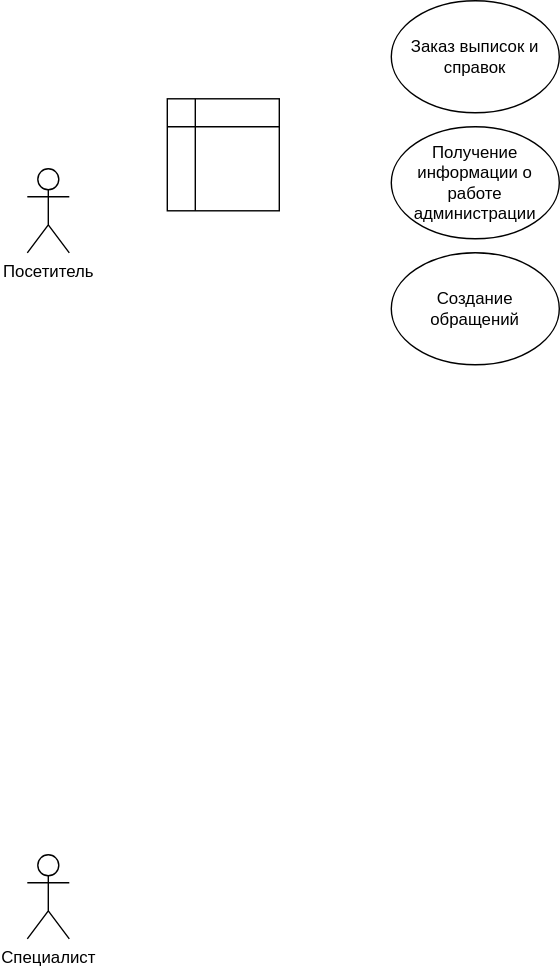
The draw.io diagram Диаграмма вариантов испольования.drawio.svg in Avokada/ais_mtuci, before a commit. Source tidied: cells renumbered, new cells last; positions are measured from the earlier drawing's top-left corner, leaving out a move shared by most shapes.
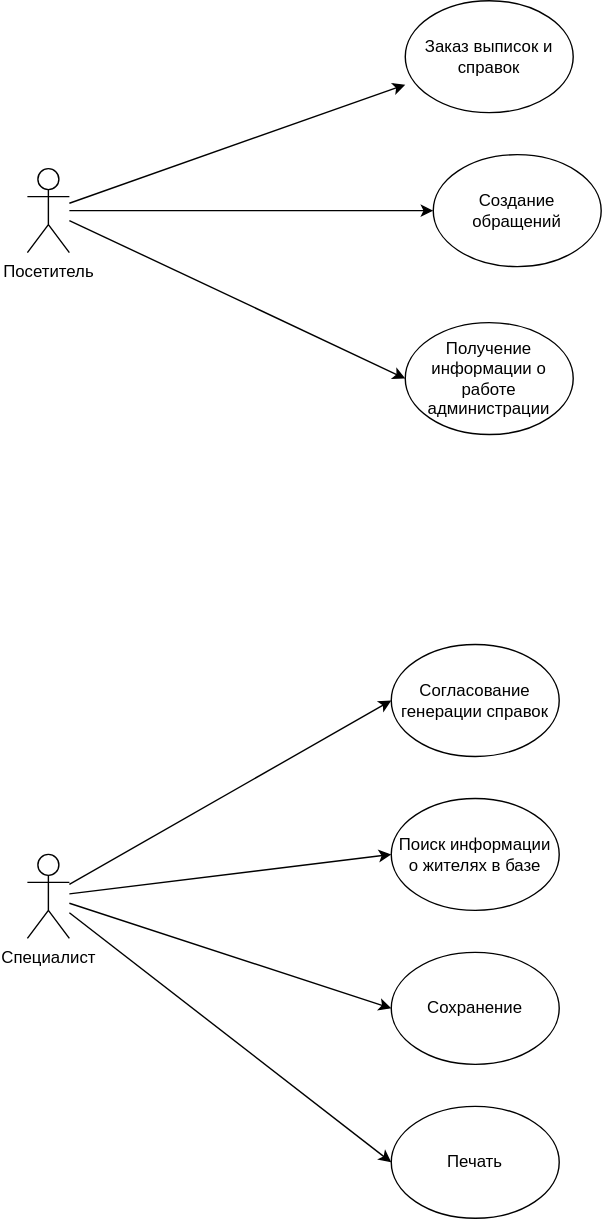
After the commit.

Commit message:
Финальный вариант диаграммы использования

Diff of the diagram source:
```diff
@@ -2,23 +2,56 @@
   <root>
     <mxCell id="0" />
     <mxCell id="1" parent="0" />
+    <mxCell id="8" style="edgeStyle=none;rounded=0;jettySize=auto;html=1;entryX=0;entryY=0.5;entryDx=0;entryDy=0;" parent="1" edge="1" source="2" target="16">
+      <mxGeometry relative="1" as="geometry" />
+    </mxCell>
+    <mxCell id="9" style="edgeStyle=none;rounded=0;jettySize=auto;html=1;entryX=0;entryY=0.5;entryDx=0;entryDy=0;" parent="1" edge="1" source="2" target="17">
+      <mxGeometry relative="1" as="geometry" />
+    </mxCell>
+    <mxCell id="10" style="edgeStyle=none;rounded=0;jettySize=auto;html=1;entryX=0;entryY=0.5;entryDx=0;entryDy=0;" parent="1" edge="1" source="2" target="18">
+      <mxGeometry relative="1" as="geometry" />
+    </mxCell>
+    <mxCell id="11" style="edgeStyle=none;rounded=0;jettySize=auto;html=1;entryX=0;entryY=0.5;entryDx=0;entryDy=0;" parent="1" edge="1" source="2" target="19">
+      <mxGeometry relative="1" as="geometry" />
+    </mxCell>
     <mxCell id="2" value="Специалист" style="shape=umlActor;verticalLabelPosition=bottom;verticalAlign=top;html=1;outlineConnect=0;" parent="1" vertex="1">
       <mxGeometry y="610" width="30" height="60" as="geometry" />
     </mxCell>
+    <mxCell id="12" style="edgeStyle=none;rounded=0;jettySize=auto;html=1;entryX=0;entryY=0.75;entryDx=0;entryDy=0;entryPerimeter=0;" parent="1" edge="1" source="3" target="4">
+      <mxGeometry relative="1" as="geometry" />
+    </mxCell>
+    <mxCell id="13" style="edgeStyle=none;rounded=0;jettySize=auto;html=1;entryX=0;entryY=0.5;entryDx=0;entryDy=0;" parent="1" edge="1" source="3" target="6">
+      <mxGeometry relative="1" as="geometry" />
+    </mxCell>
+    <mxCell id="14" style="edgeStyle=none;rounded=0;jettySize=auto;html=1;entryX=0;entryY=0.5;entryDx=0;entryDy=0;" parent="1" edge="1" source="3" target="5">
+      <mxGeometry relative="1" as="geometry" />
+    </mxCell>
     <mxCell id="3" value="Посетитель" style="shape=umlActor;verticalLabelPosition=bottom;verticalAlign=top;html=1;outlineConnect=0;" parent="1" vertex="1">
       <mxGeometry y="120" width="30" height="60" as="geometry" />
     </mxCell>
     <mxCell id="4" value="Заказ выписок и справок" style="ellipse;whiteSpace=wrap;html=1;" parent="1" vertex="1">
-      <mxGeometry x="260" width="120" height="80" as="geometry" />
+      <mxGeometry x="270" width="120" height="80" as="geometry" />
     </mxCell>
     <mxCell id="5" value="Получение информации о работе администрации" style="ellipse;whiteSpace=wrap;html=1;" parent="1" vertex="1">
-      <mxGeometry x="260" y="90" width="120" height="80" as="geometry" />
+      <mxGeometry x="270" y="230" width="120" height="80" as="geometry" />
     </mxCell>
     <mxCell id="6" value="Создание обращений" style="ellipse;whiteSpace=wrap;html=1;" parent="1" vertex="1">
-      <mxGeometry x="260" y="180" width="120" height="80" as="geometry" />
+      <mxGeometry x="290" y="110" width="120" height="80" as="geometry" />
     </mxCell>
-    <mxCell id="7" style="shape=internalStorage;whiteSpace=wrap;html=1;backgroundOutline=1;" parent="1" vertex="1">
-      <mxGeometry x="100" y="70" width="80" height="80" as="geometry" />
-    </mxCell>
+    <mxCell id="15" style="edgeStyle=none;rounded=0;orthogonalLoop=1;jettySize=auto;html=1;entryX=0;entryY=0.5;entryDx=0;entryDy=0;" parent="1" edge="1" source="4" target="4">
+      <mxGeometry relative="1" as="geometry" />
+    </mxCell>
+    <mxCell id="16" value="Согласование генерации справок" style="ellipse;whiteSpace=wrap;html=1;" parent="1" vertex="1">
+      <mxGeometry x="260" y="460" width="120" height="80" as="geometry" />
+    </mxCell>
+    <mxCell id="17" value="Поиск информации о жителях в базе" style="ellipse;whiteSpace=wrap;html=1;" parent="1" vertex="1">
+      <mxGeometry x="260" y="570" width="120" height="80" as="geometry" />
+    </mxCell>
+    <mxCell id="18" value="Сохранение" style="ellipse;whiteSpace=wrap;html=1;" parent="1" vertex="1">
+      <mxGeometry x="260" y="680" width="120" height="80" as="geometry" />
+    </mxCell>
+    <mxCell id="19" value="Печать" style="ellipse;whiteSpace=wrap;html=1;" parent="1" vertex="1">
+      <mxGeometry x="260" y="790" width="120" height="80" as="geometry" />
+    </mxCell>
   </root>
 </mxGraphModel>
```
